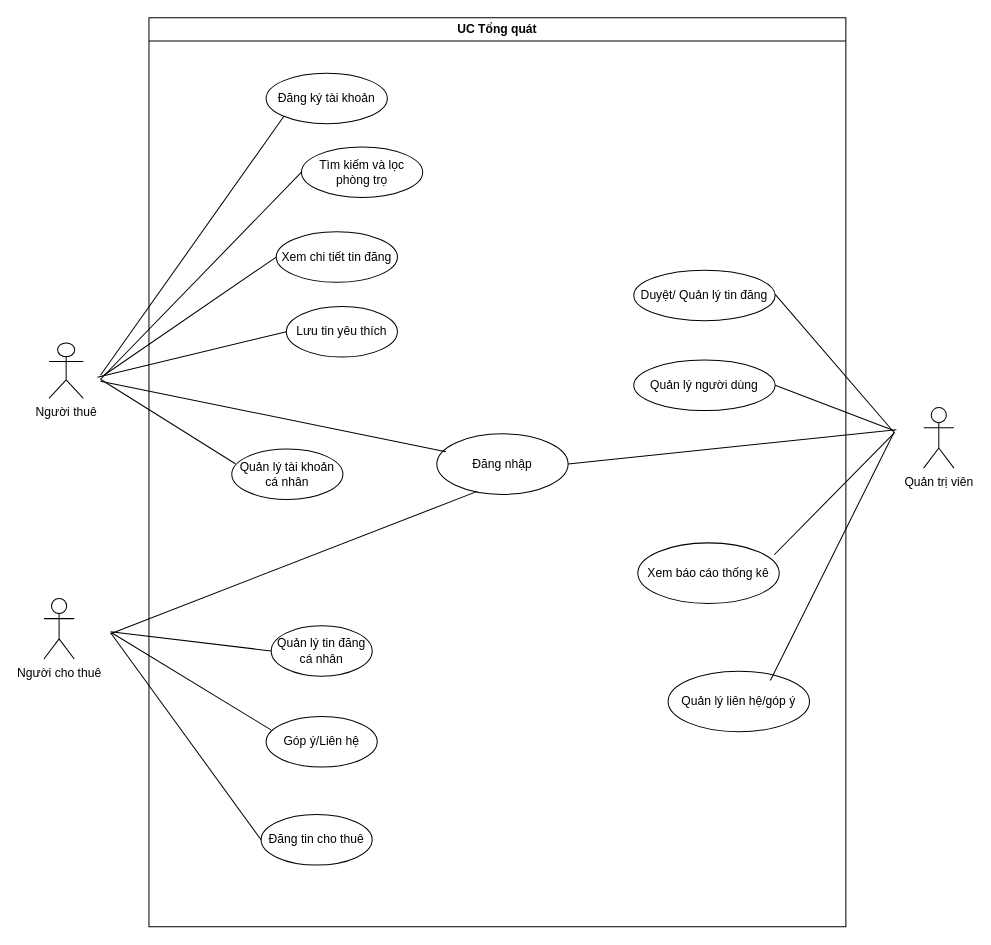
xuanbachZGDX/TroTLU1988 keeps this draw.io diagram as page "UC Tổng quát" (3 of 7) of ERD/RentalRoom.drawio. Above is the earlier version. Source tidied: cells renumbered, new cells numbered last; positions are measured from the earlier drawing's top-left corner, leaving out a move shared by most shapes. Both pictures are drawn from the tidied source at 101%, with x=0, y=0 at pixel (43, 17).
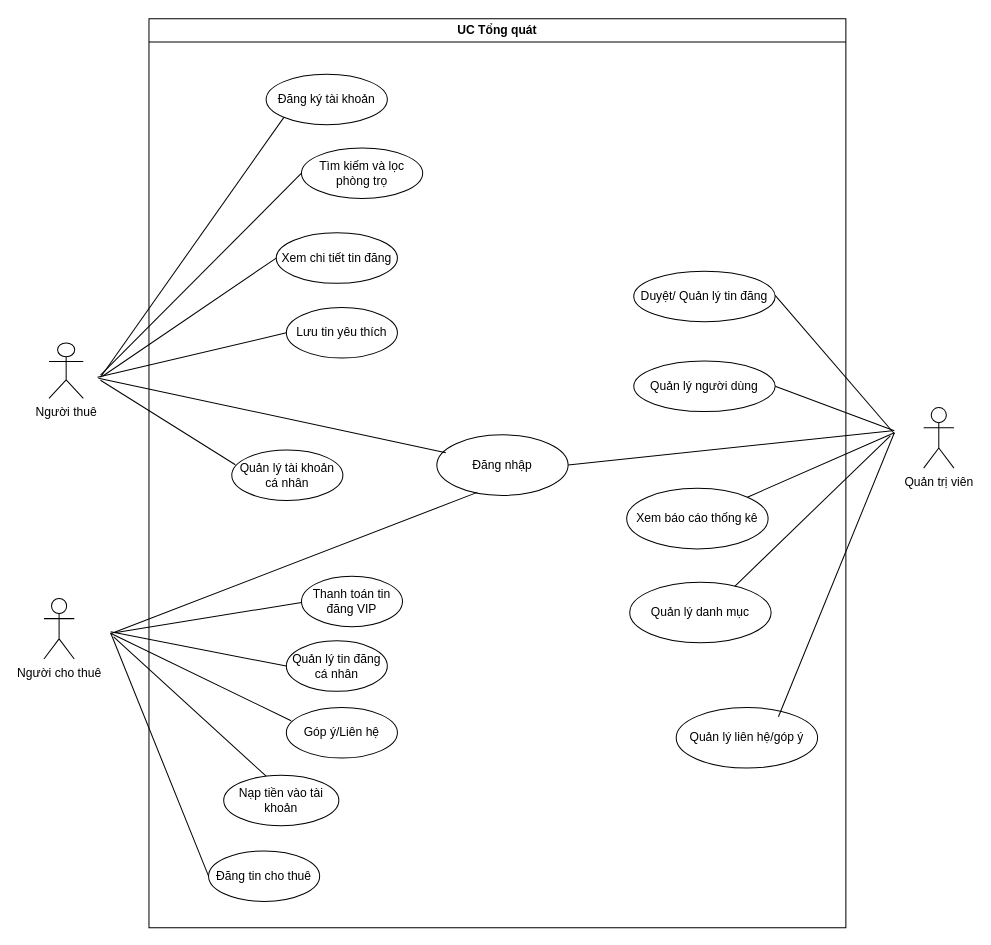
The same diagram, later.

Unchanged cells that the change refers to:
```xml
<mxCell id="3" value="Đăng ký tài khoản" style="ellipse;whiteSpace=wrap;html=1;" parent="2" vertex="1">
  <mxGeometry x="116" y="55" width="120" height="50" as="geometry" />
</mxCell>
<mxCell id="4" value="Tìm kiếm và lọc phòng trọ" style="ellipse;whiteSpace=wrap;html=1;" parent="2" vertex="1">
  <mxGeometry x="151" y="128" width="120" height="50" as="geometry" />
</mxCell>
<mxCell id="6" value="Đăng nhập" style="ellipse;whiteSpace=wrap;html=1;" parent="2" vertex="1">
  <mxGeometry x="285" y="412" width="130" height="60" as="geometry" />
</mxCell>
```

The edit, as a diff of the source:
```diff
@@
     <mxCell id="2" value="UC Tổng quát" style="swimlane;whiteSpace=wrap;html=1;" parent="1" vertex="1">
-      <mxGeometry x="104" width="690" height="900" as="geometry" />
+      <mxGeometry x="104" y="1" width="690" height="900" as="geometry" />
     </mxCell>
@@
     <mxCell id="7" value="Đăng tin cho thuê" style="ellipse;whiteSpace=wrap;html=1;" parent="2" vertex="1">
-      <mxGeometry x="111" y="789" width="110" height="50" as="geometry" />
+      <mxGeometry x="59" y="824" width="110" height="50" as="geometry" />
     </mxCell>
     <mxCell id="8" value="Quản lý tin đăng cá nhân" style="ellipse;whiteSpace=wrap;html=1;" parent="2" vertex="1">
-      <mxGeometry x="121" y="602" width="100" height="50" as="geometry" />
+      <mxGeometry x="136" y="616" width="100" height="50" as="geometry" />
     </mxCell>
@@
     <mxCell id="12" value="Xem báo cáo thống kê" style="ellipse;whiteSpace=wrap;html=1;" parent="2" vertex="1">
-      <mxGeometry x="484" y="520" width="140" height="60" as="geometry" />
+      <mxGeometry x="473" y="465" width="140" height="60" as="geometry" />
     </mxCell>
@@
     <mxCell id="14" value="Quản lý liên hệ/góp ý" style="ellipse;whiteSpace=wrap;html=1;" parent="2" vertex="1">
-      <mxGeometry x="514" y="647" width="140" height="60" as="geometry" />
+      <mxGeometry x="522" y="682" width="140" height="60" as="geometry" />
     </mxCell>
     <mxCell id="15" value="Góp ý/Liên hệ" style="ellipse;whiteSpace=wrap;html=1;" parent="2" vertex="1">
-      <mxGeometry x="116" y="692" width="110" height="50" as="geometry" />
+      <mxGeometry x="136" y="682" width="110" height="50" as="geometry" />
     </mxCell>
@@
     <mxCell id="20" style="endArrow=none;html=1;rounded=0;exitX=1;exitY=0.5;exitDx=0;exitDy=0;" parent="2" edge="1" source="6">
       <mxGeometry relative="1" as="geometry">
-        <mxPoint x="740" y="408" as="targetPoint" />
+        <mxPoint x="736" y="408" as="targetPoint" />
       </mxGeometry>
     </mxCell>
+    <mxCell id="34" value="Nạp tiền vào tài khoản" style="ellipse;whiteSpace=wrap;html=1;" parent="2" vertex="1">
+      <mxGeometry x="74" y="749" width="114" height="50" as="geometry" />
+    </mxCell>
+    <mxCell id="35" style="endArrow=none;html=1;rounded=0;entryX=0.043;entryY=0.262;entryDx=0;entryDy=0;entryPerimeter=0;" parent="2" edge="1">
+      <mxGeometry relative="1" as="geometry">
+        <mxPoint x="-35" y="612" as="sourcePoint" />
+        <mxPoint x="116" y="750" as="targetPoint" />
+      </mxGeometry>
+    </mxCell>
+    <mxCell id="36" value="Thanh toán tin đăng VIP" style="ellipse;whiteSpace=wrap;html=1;" parent="2" vertex="1">
+      <mxGeometry x="151" y="552" width="100" height="50" as="geometry" />
+    </mxCell>
+    <mxCell id="37" style="endArrow=none;html=1;rounded=0;entryX=0;entryY=0.5;entryDx=0;entryDy=0;" parent="2" edge="1">
+      <mxGeometry relative="1" as="geometry">
+        <mxPoint x="-34" y="608" as="sourcePoint" />
+        <mxPoint x="151" y="578" as="targetPoint" />
+      </mxGeometry>
+    </mxCell>
+    <mxCell id="38" value="Quản lý danh mục" style="ellipse;whiteSpace=wrap;html=1;" parent="2" vertex="1">
+      <mxGeometry x="476" y="558" width="140" height="60" as="geometry" />
+    </mxCell>
+    <mxCell id="39" style="endArrow=none;html=1;rounded=0;exitX=1;exitY=0;exitDx=0;exitDy=0;" parent="2" edge="1">
+      <mxGeometry relative="1" as="geometry">
+        <mxPoint x="580" y="562" as="sourcePoint" />
+        <mxPoint x="734" y="413" as="targetPoint" />
+      </mxGeometry>
+    </mxCell>
@@
     <mxCell id="24" style="endArrow=none;html=1;rounded=0;entryX=0;entryY=1;entryDx=0;entryDy=0;" parent="1" edge="1" target="3">
       <mxGeometry relative="1" as="geometry">
-        <mxPoint x="56" y="354" as="sourcePoint" />
+        <mxPoint x="56" y="356" as="sourcePoint" />
       </mxGeometry>
     </mxCell>
@@
-    <mxCell id="30" style="endArrow=none;html=1;rounded=0;exitX=0.965;exitY=0.196;exitDx=0;exitDy=0;exitPerimeter=0;" parent="1" edge="1" source="12">
+    <mxCell id="30" style="endArrow=none;html=1;rounded=0;exitX=1;exitY=0;exitDx=0;exitDy=0;" parent="1" edge="1" source="12">
       <mxGeometry relative="1" as="geometry">
         <mxPoint x="842" y="411" as="targetPoint" />
       </mxGeometry>
     </mxCell>
     <mxCell id="31" style="endArrow=none;html=1;rounded=0;entryX=0;entryY=0.5;entryDx=0;entryDy=0;" parent="1" edge="1" target="4">
       <mxGeometry relative="1" as="geometry">
-        <mxPoint x="56" y="358" as="sourcePoint" />
+        <mxPoint x="56" y="354" as="sourcePoint" />
       </mxGeometry>
     </mxCell>
     <mxCell id="32" style="endArrow=none;html=1;rounded=0;entryX=0.069;entryY=0.295;entryDx=0;entryDy=0;entryPerimeter=0;" parent="1" edge="1" target="6">
       <mxGeometry relative="1" as="geometry">
-        <mxPoint x="56" y="360" as="sourcePoint" />
+        <mxPoint x="54" y="357" as="sourcePoint" />
       </mxGeometry>
     </mxCell>
```
